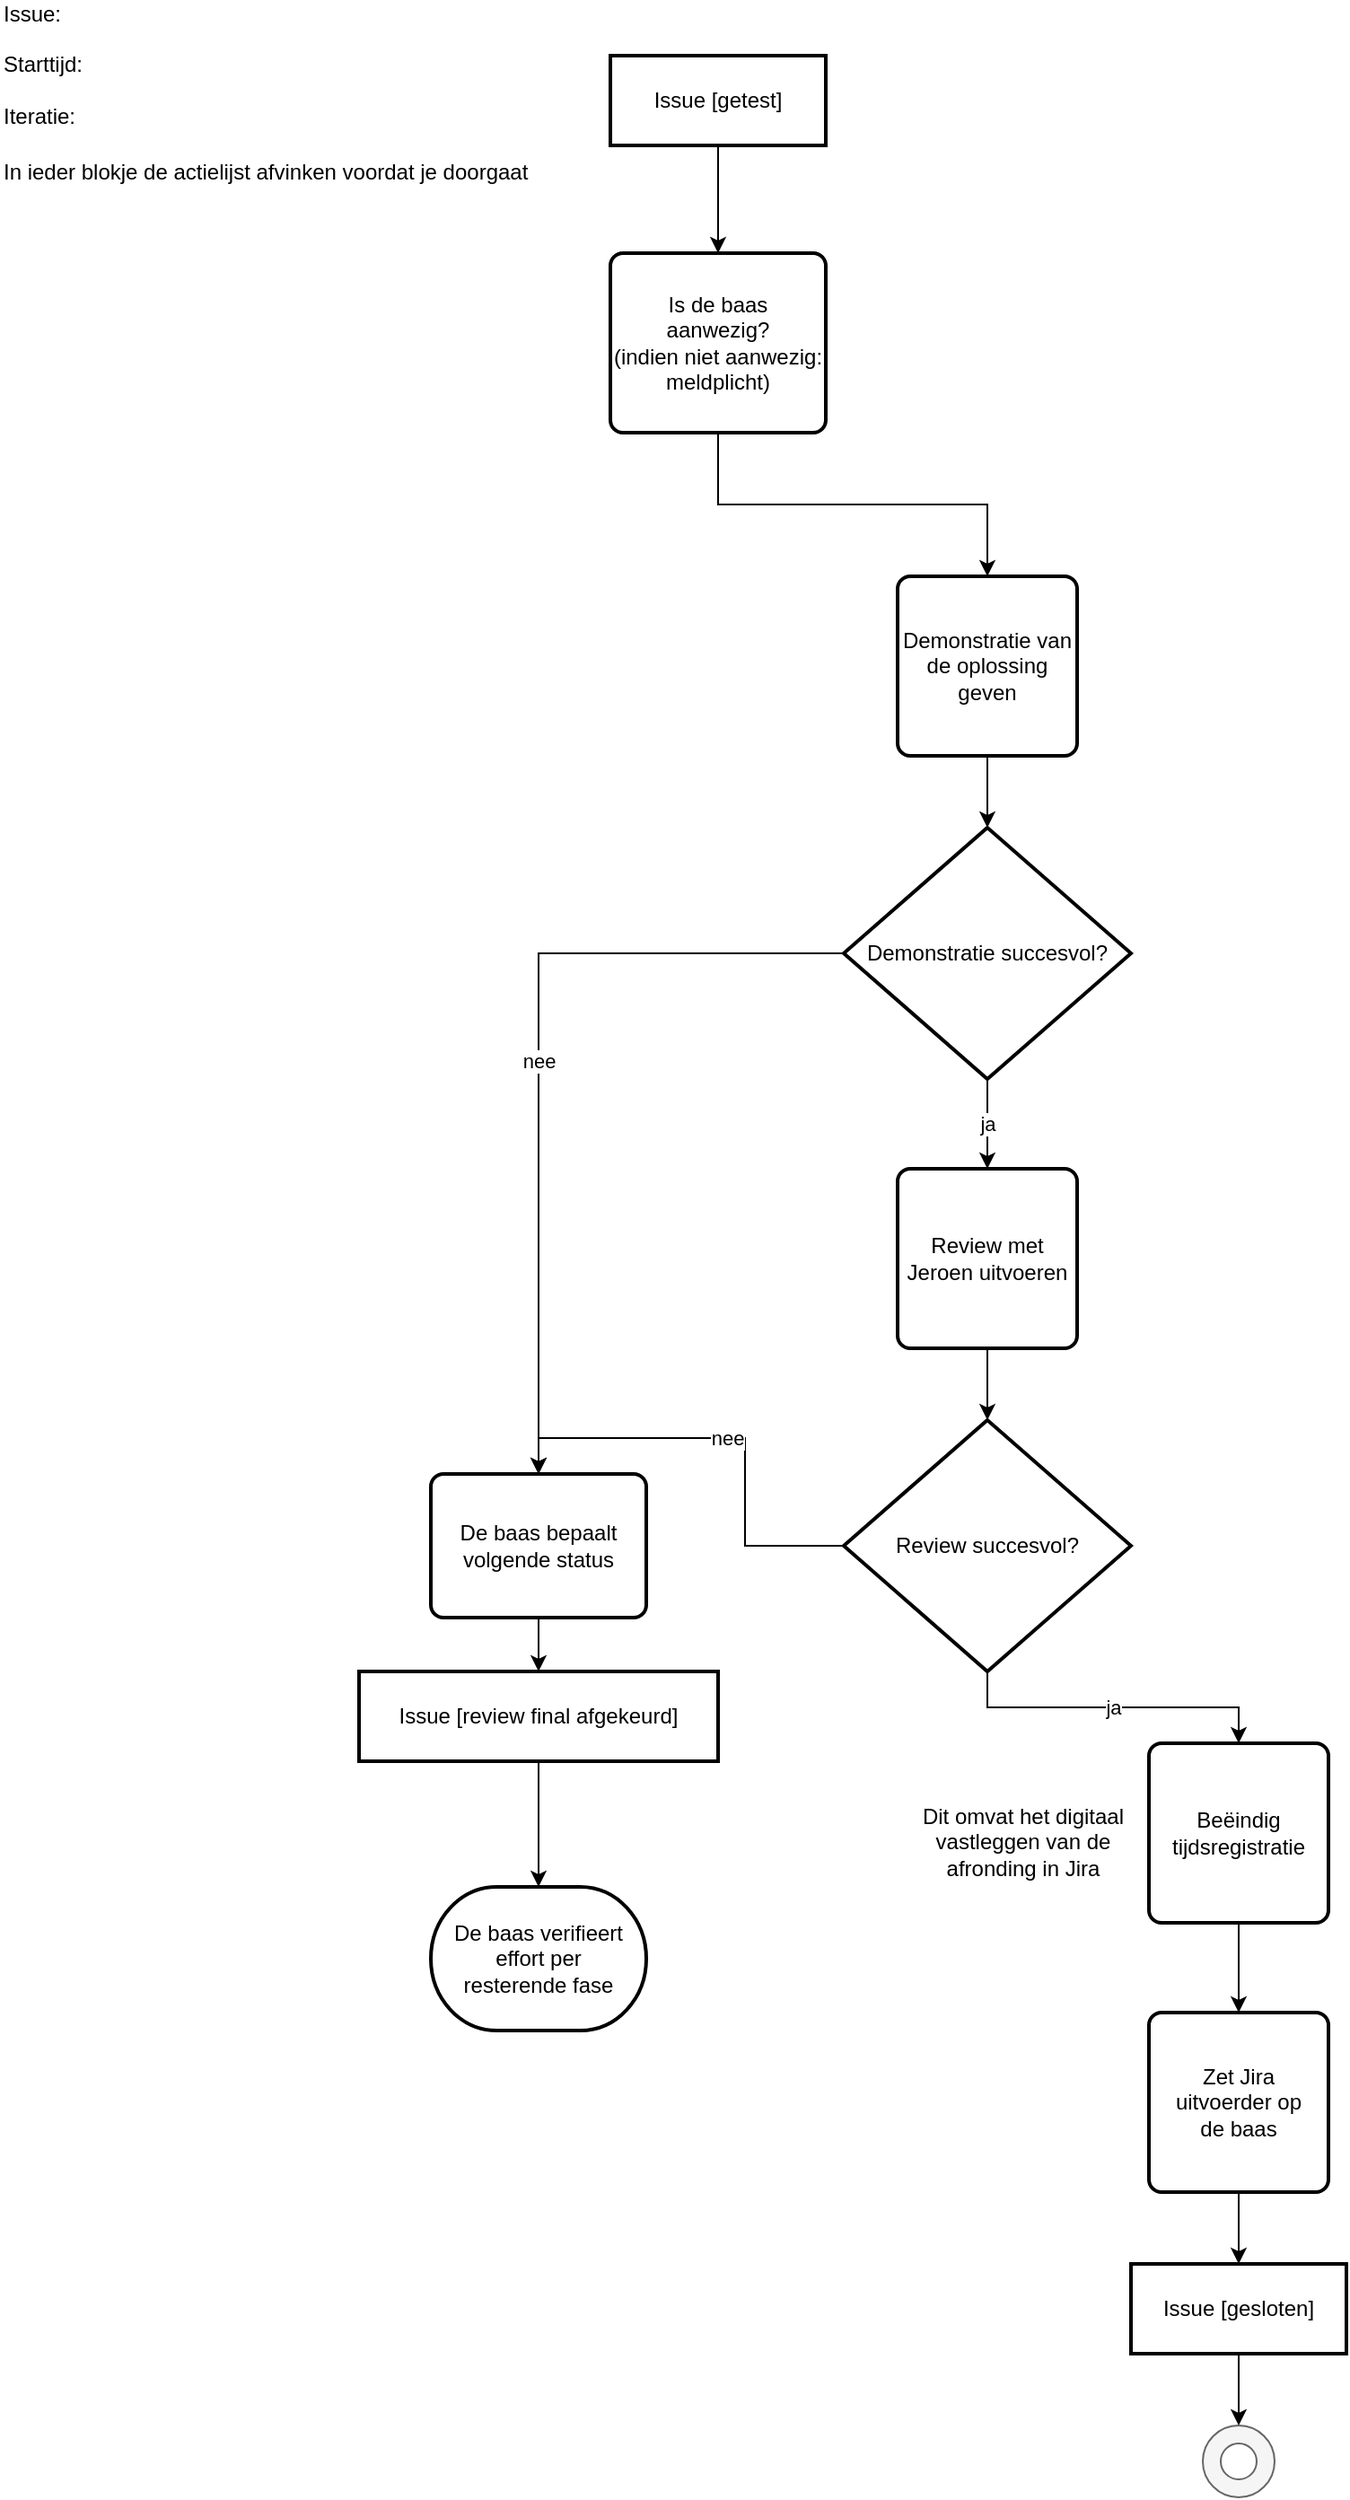
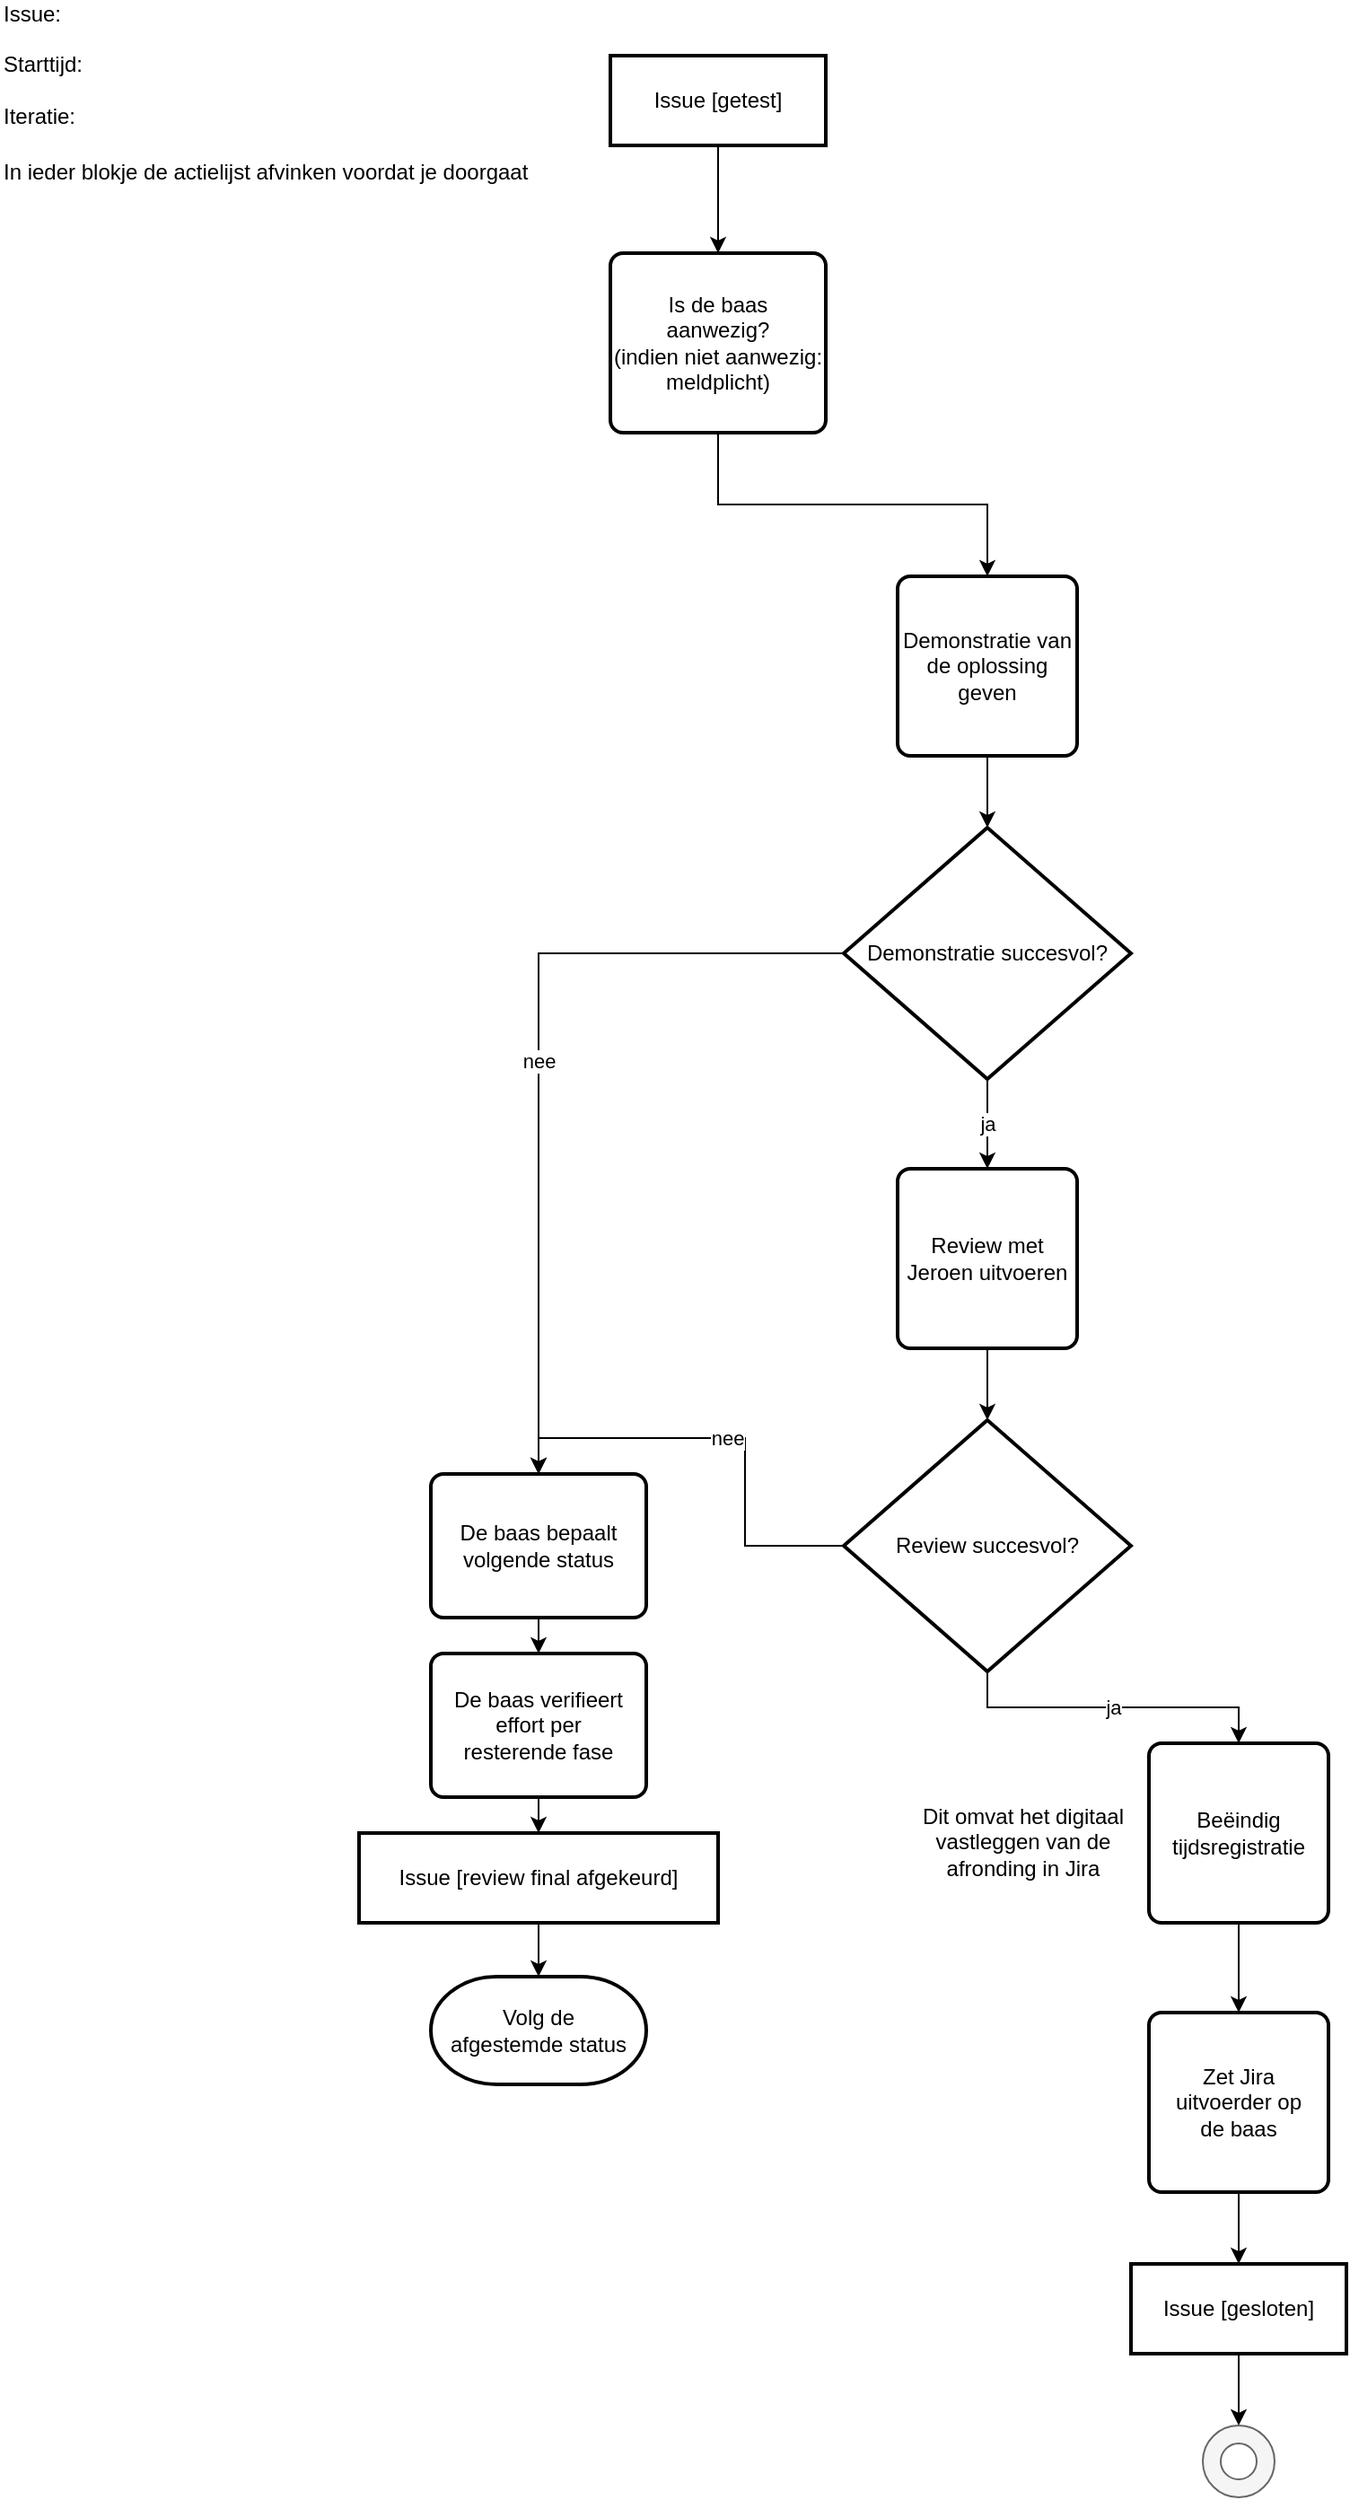
<mxfile host="Electron" agent="Mozilla/5.0 (Windows NT 10.0; Win64; x64) AppleWebKit/537.36 (KHTML, like Gecko) Chrome/143.0.0.0 Safari/537.36">
  <diagram name="Page-1" id="OA8Psgw5BU6XrezAwxYp">
    <mxGraphModel dx="1420" dy="970" grid="1" gridSize="10" guides="1" tooltips="1" connect="1" arrows="1" fold="1" page="1" pageScale="1" pageWidth="827" pageHeight="1169" math="0" shadow="0">
      <root>
        <mxCell id="0" />
        <mxCell id="1" parent="0" />
        <mxCell id="mpQzUtWff58q1bPTKcpG-1" edge="1" parent="1" source="mpQzUtWff58q1bPTKcpG-2" style="edgeStyle=orthogonalEdgeStyle;rounded=0;orthogonalLoop=1;jettySize=auto;html=1;entryX=0.5;entryY=0;entryDx=0;entryDy=0;" target="mpQzUtWff58q1bPTKcpG-4" value="">
          <mxGeometry relative="1" as="geometry" />
        </mxCell>
        <object label="Issue [getest]" Action="1001" id="mpQzUtWff58q1bPTKcpG-2">
          <mxCell parent="1" style="rounded=0;whiteSpace=wrap;html=1;strokeWidth=2;" vertex="1">
            <mxGeometry height="50" width="120" x="350" y="40" as="geometry" />
          </mxCell>
        </object>
        <mxCell id="mpQzUtWff58q1bPTKcpG-3" edge="1" parent="1" source="mpQzUtWff58q1bPTKcpG-4" style="edgeStyle=orthogonalEdgeStyle;rounded=0;orthogonalLoop=1;jettySize=auto;html=1;exitX=0.5;exitY=1;exitDx=0;exitDy=0;entryX=0.5;entryY=0;entryDx=0;entryDy=0;" target="mpQzUtWff58q1bPTKcpG-18">
          <mxGeometry relative="1" as="geometry" />
        </mxCell>
        <object label="Is de baas&lt;br&gt;aanwezig?&lt;br&gt;(indien niet aanwezig:&lt;br&gt;meldplicht)" Action="1002" id="mpQzUtWff58q1bPTKcpG-4">
          <mxCell parent="1" style="rounded=1;whiteSpace=wrap;html=1;absoluteArcSize=1;arcSize=14;strokeWidth=2;" vertex="1">
            <mxGeometry height="100" width="120" x="350" y="150" as="geometry" />
          </mxCell>
        </object>
        <mxCell id="edge_demo_to_demo_success" edge="1" parent="1" source="mpQzUtWff58q1bPTKcpG-18" style="edgeStyle=orthogonalEdgeStyle;rounded=0;orthogonalLoop=1;jettySize=auto;html=1;exitX=0.5;exitY=1;exitDx=0;exitDy=0;entryX=0.5;entryY=0;entryDx=0;entryDy=0;" target="node_demo_succesvol">
          <mxGeometry relative="1" as="geometry" />
        </mxCell>
        <object label="Demonstratie van de oplossing geven" Action="1004" id="mpQzUtWff58q1bPTKcpG-18">
          <mxCell parent="1" style="rounded=1;whiteSpace=wrap;html=1;absoluteArcSize=1;arcSize=14;strokeWidth=2;" vertex="1">
            <mxGeometry height="100" width="100" x="510" y="330" as="geometry" />
          </mxCell>
        </object>
        <mxCell id="edge_demo_success_ja" edge="1" parent="1" source="node_demo_succesvol" style="edgeStyle=orthogonalEdgeStyle;rounded=0;orthogonalLoop=1;jettySize=auto;html=1;exitX=0.5;exitY=1;exitDx=0;exitDy=0;entryX=0.5;entryY=0;entryDx=0;entryDy=0;" target="mpQzUtWff58q1bPTKcpG-28" value="ja">
          <mxGeometry relative="1" as="geometry" />
        </mxCell>
        <mxCell id="edge_demo_success_nee" edge="1" parent="1" source="node_demo_succesvol" style="edgeStyle=orthogonalEdgeStyle;rounded=0;orthogonalLoop=1;jettySize=auto;html=1;exitX=0;exitY=0.5;exitDx=0;exitDy=0;entryX=0.5;entryY=0;entryDx=0;entryDy=0;" target="mpQzUtWff58q1bPTKcpG-14" value="nee">
          <mxGeometry relative="1" as="geometry" />
        </mxCell>
        <object label="Demonstratie succesvol?" Action="1009" id="node_demo_succesvol">
          <mxCell parent="1" style="strokeWidth=2;html=1;shape=mxgraph.flowchart.decision;whiteSpace=wrap;" vertex="1">
            <mxGeometry height="140" width="160" x="480" y="470" as="geometry" />
          </mxCell>
        </object>
        <mxCell id="edge_review_to_review_success" edge="1" parent="1" source="mpQzUtWff58q1bPTKcpG-28" style="edgeStyle=orthogonalEdgeStyle;rounded=0;orthogonalLoop=1;jettySize=auto;html=1;exitX=0.5;exitY=1;exitDx=0;exitDy=0;entryX=0.5;entryY=0;entryDx=0;entryDy=0;" target="node_review_succesvol">
          <mxGeometry relative="1" as="geometry" />
        </mxCell>
        <object label="Review met Jeroen uitvoeren" Action="1005" id="mpQzUtWff58q1bPTKcpG-28">
          <mxCell parent="1" style="rounded=1;whiteSpace=wrap;html=1;absoluteArcSize=1;arcSize=14;strokeWidth=2;" vertex="1">
            <mxGeometry height="100" width="100" x="510" y="660" as="geometry" />
          </mxCell>
        </object>
        <mxCell id="edge_review_success_ja" edge="1" parent="1" source="node_review_succesvol" style="edgeStyle=orthogonalEdgeStyle;rounded=0;orthogonalLoop=1;jettySize=auto;html=1;exitX=0.5;exitY=1;exitDx=0;exitDy=0;entryX=0.5;entryY=0;entryDx=0;entryDy=0;" target="mpQzUtWff58q1bPTKcpG-20" value="ja">
          <mxGeometry relative="1" as="geometry" />
        </mxCell>
        <mxCell id="edge_review_success_nee" edge="1" parent="1" source="node_review_succesvol" style="edgeStyle=orthogonalEdgeStyle;rounded=0;orthogonalLoop=1;jettySize=auto;html=1;exitX=0;exitY=0.5;exitDx=0;exitDy=0;entryX=0.5;entryY=0;entryDx=0;entryDy=0;" target="mpQzUtWff58q1bPTKcpG-14" value="nee">
          <mxGeometry relative="1" as="geometry" />
        </mxCell>
        <object label="Review succesvol?" Action="1010" id="node_review_succesvol">
          <mxCell parent="1" style="strokeWidth=2;html=1;shape=mxgraph.flowchart.decision;whiteSpace=wrap;" vertex="1">
            <mxGeometry height="140" width="160" x="480" y="800" as="geometry" />
          </mxCell>
        </object>
        <mxCell id="mpQzUtWff58q1bPTKcpG-19" edge="1" parent="1" source="mpQzUtWff58q1bPTKcpG-20" style="edgeStyle=orthogonalEdgeStyle;rounded=0;orthogonalLoop=1;jettySize=auto;html=1;" target="mpQzUtWff58q1bPTKcpG-22" value="">
          <mxGeometry relative="1" as="geometry" />
        </mxCell>
        <object label="Beëindig&lt;br&gt;tijdsregistratie" Action="1007T" id="mpQzUtWff58q1bPTKcpG-20">
          <mxCell parent="1" style="rounded=1;whiteSpace=wrap;html=1;absoluteArcSize=1;arcSize=14;strokeWidth=2;" vertex="1">
            <mxGeometry height="100" width="100" x="650" y="980" as="geometry" />
          </mxCell>
        </object>
        <mxCell id="mpQzUtWff58q1bPTKcpG-21" parent="1" style="text;html=1;whiteSpace=wrap;strokeColor=none;fillColor=none;align=center;verticalAlign=middle;rounded=0;" value="Dit omvat het digitaal vastleggen van de afronding in Jira" vertex="1">
          <mxGeometry height="30" width="120" x="520" y="1020" as="geometry" />
        </mxCell>
        <object label="Zet Jira&lt;br&gt;uitvoerder op&lt;br&gt;de baas" Action="1008" id="mpQzUtWff58q1bPTKcpG-22">
          <mxCell parent="1" style="rounded=1;whiteSpace=wrap;html=1;absoluteArcSize=1;arcSize=14;strokeWidth=2;" vertex="1">
            <mxGeometry height="100" width="100" x="650" y="1130" as="geometry" />
          </mxCell>
        </object>
        <mxCell id="mpQzUtWff58q1bPTKcpG-24" edge="1" parent="1" source="mpQzUtWff58q1bPTKcpG-22" style="edgeStyle=orthogonalEdgeStyle;rounded=0;orthogonalLoop=1;jettySize=auto;html=1;exitX=0.5;exitY=1;exitDx=0;exitDy=0;entryX=0.5;entryY=0;entryDx=0;entryDy=0;" target="object_final_gesloten">
          <mxGeometry relative="1" as="geometry" />
        </mxCell>
        <object label="Issue [gesloten]" id="object_final_gesloten">
          <mxCell parent="1" style="rounded=0;whiteSpace=wrap;html=1;strokeWidth=2;" vertex="1">
            <mxGeometry height="50" width="120" x="640" y="1270" as="geometry" />
          </mxCell>
        </object>
        <mxCell id="edge_gesloten_to_final" edge="1" parent="1" source="object_final_gesloten" style="edgeStyle=orthogonalEdgeStyle;rounded=0;orthogonalLoop=1;jettySize=auto;html=1;exitX=0.5;exitY=1;exitDx=0;exitDy=0;entryX=0.5;entryY=0;entryDx=0;entryDy=0;" target="mpQzUtWff58q1bPTKcpG-23" value="">
          <mxGeometry relative="1" as="geometry" />
        </mxCell>
        <mxCell id="mpQzUtWff58q1bPTKcpG-23" parent="1" style="verticalLabelPosition=bottom;verticalAlign=top;html=1;shape=mxgraph.basic.donut;dx=10;fillColor=#f5f5f5;strokeColor=#666666;fontColor=#333333;" value="" vertex="1">
          <mxGeometry height="40" width="40" x="680" y="1360" as="geometry" />
        </mxCell>
        <object label="De baas bepaalt&lt;br&gt;volgende status" Action="1007F" id="mpQzUtWff58q1bPTKcpG-14">
          <mxCell parent="1" style="rounded=1;whiteSpace=wrap;html=1;absoluteArcSize=1;arcSize=14;strokeWidth=2;" vertex="1">
            <mxGeometry height="80" width="120" x="250" y="830" as="geometry" />
          </mxCell>
        </object>
-         <mxCell id="mpQzUtWff58q1bPTKcpG-34" edge="1" parent="1" source="mpQzUtWff58q1bPTKcpG-14" style="edgeStyle=orthogonalEdgeStyle;rounded=0;orthogonalLoop=1;jettySize=auto;html=1;exitX=0.5;exitY=1;exitDx=0;exitDy=0;entryX=0.5;entryY=0;entryDx=0;entryDy=0;" target="object_final_afgekeurd">
+         <mxCell id="mpQzUtWff58q1bPTKcpG-34" edge="1" parent="1" source="mpQzUtWff58q1bPTKcpG-14" style="edgeStyle=orthogonalEdgeStyle;rounded=0;orthogonalLoop=1;jettySize=auto;html=1;exitX=0.5;exitY=1;exitDx=0;exitDy=0;entryX=0.5;entryY=0;entryDx=0;entryDy=0;" target="mpQzUtWff58q1bPTKcpG-33">
+           <mxGeometry relative="1" as="geometry" />
+         </mxCell>
+         <object label="De baas verifieert&lt;br&gt;effort per&lt;br&gt;resterende fase" Action="1007G" id="mpQzUtWff58q1bPTKcpG-33">
+           <mxCell parent="1" style="rounded=1;whiteSpace=wrap;html=1;absoluteArcSize=1;arcSize=14;strokeWidth=2;" vertex="1">
+             <mxGeometry height="80" width="120" x="250" y="930" as="geometry" />
+           </mxCell>
+         </object>
+         <mxCell id="edge_verifieert_to_afgekeurd" edge="1" parent="1" source="mpQzUtWff58q1bPTKcpG-33" style="edgeStyle=orthogonalEdgeStyle;rounded=0;orthogonalLoop=1;jettySize=auto;html=1;exitX=0.5;exitY=1;exitDx=0;exitDy=0;entryX=0.5;entryY=0;entryDx=0;entryDy=0;" target="object_final_afgekeurd" value="">
          <mxGeometry relative="1" as="geometry" />
        </mxCell>
        <object label="Issue [review final afgekeurd]" id="object_final_afgekeurd">
          <mxCell parent="1" style="rounded=0;whiteSpace=wrap;html=1;strokeWidth=2;" vertex="1">
-             <mxGeometry height="50" width="200" x="210" y="940" as="geometry" />
+             <mxGeometry height="50" width="200" x="210" y="1030" as="geometry" />
          </mxCell>
        </object>
-         <mxCell id="edge_afgekeurd_to_verifieert" edge="1" parent="1" source="object_final_afgekeurd" style="edgeStyle=orthogonalEdgeStyle;rounded=0;orthogonalLoop=1;jettySize=auto;html=1;exitX=0.5;exitY=1;exitDx=0;exitDy=0;entryX=0.5;entryY=0;entryDx=0;entryDy=0;" target="mpQzUtWff58q1bPTKcpG-33">
+         <object label="Volg de&lt;br&gt;afgestemde status" Action="1007H" id="terminator_volg_afgestemde_status">
+           <mxCell parent="1" style="strokeWidth=2;html=1;shape=mxgraph.flowchart.terminator;whiteSpace=wrap;" vertex="1">
+             <mxGeometry height="60" width="120" x="250" y="1110" as="geometry" />
+           </mxCell>
+         </object>
+         <mxCell id="edge_afgekeurd_to_volg" edge="1" parent="1" source="object_final_afgekeurd" style="edgeStyle=orthogonalEdgeStyle;rounded=0;orthogonalLoop=1;jettySize=auto;html=1;exitX=0.5;exitY=1;exitDx=0;exitDy=0;entryX=0.5;entryY=0;entryDx=0;entryDy=0;" target="terminator_volg_afgestemde_status" value="">
          <mxGeometry relative="1" as="geometry" />
        </mxCell>
-         <object label="De baas verifieert&lt;br&gt;effort per&lt;br&gt;resterende fase" Action="1007G" id="mpQzUtWff58q1bPTKcpG-33">
-           <mxCell parent="1" style="strokeWidth=2;html=1;shape=mxgraph.flowchart.terminator;whiteSpace=wrap;" vertex="1">
-             <mxGeometry height="80" width="120" x="250" y="1060" as="geometry" />
-           </mxCell>
-         </object>
        <mxCell id="mpQzUtWff58q1bPTKcpG-25" parent="1" style="text;html=1;align=left;verticalAlign=middle;whiteSpace=wrap;rounded=0;" value="Issue:&amp;nbsp; &amp;nbsp;&lt;br&gt;&lt;br&gt;Starttijd:&lt;br&gt;&lt;br&gt;Iteratie:&amp;nbsp;" vertex="1">
          <mxGeometry height="30" width="60" x="10" y="30" as="geometry" />
        </mxCell>
        <mxCell id="mpQzUtWff58q1bPTKcpG-26" parent="1" style="text;html=1;whiteSpace=wrap;strokeColor=none;fillColor=none;align=left;verticalAlign=middle;rounded=0;labelPosition=center;verticalLabelPosition=middle;" value="In ieder blokje de actielijst afvinken voordat je doorgaat" vertex="1">
          <mxGeometry height="30" width="300" x="10" y="90" as="geometry" />
        </mxCell>
      </root>
    </mxGraphModel>
  </diagram>
</mxfile>